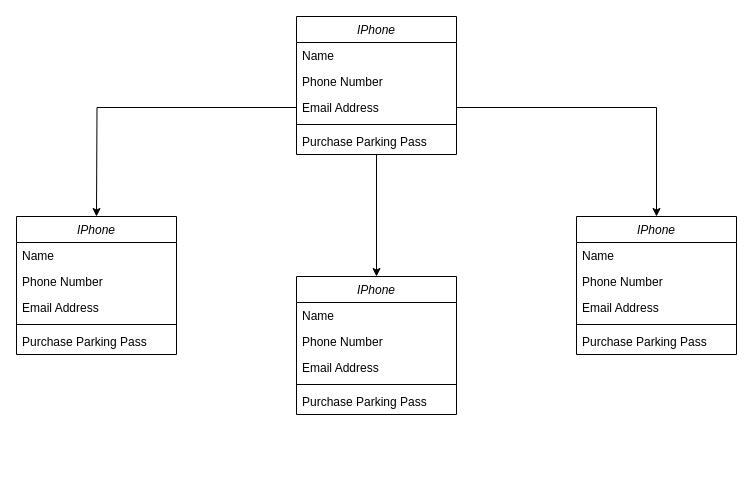
The draw.io diagram Untitled Diagram.drawio in Ramonmelod/iphone-POO, before the edit. Source tidied: cells renumbered, new cells numbered last; positions are measured from the earlier drawing's top-left corner, leaving out a move shared by most shapes. Both pictures are drawn from the tidied source at 100%, with x=0, y=0 at pixel (16, 16).
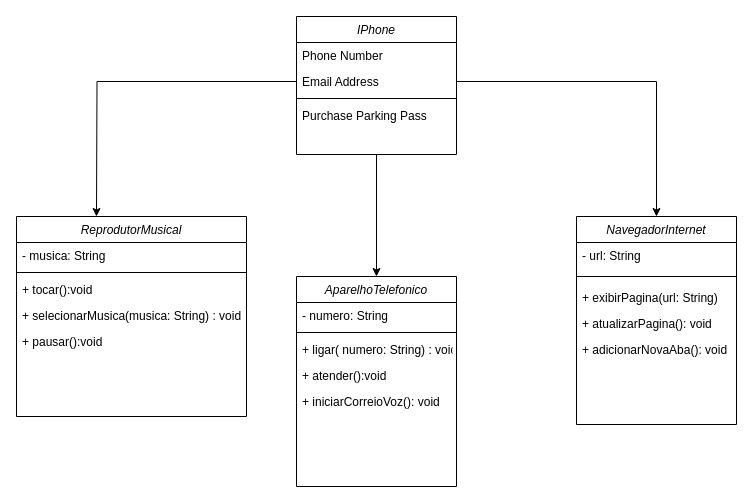
The same page after the edit.

Commit message:
Docs: implementation of the access modifiers

Unchanged cells that the change refers to:
```xml
<mxCell id="3" value="IPhone" style="swimlane;fontStyle=2;align=center;verticalAlign=top;horizontal=1;startSize=26;rounded=0;shadow=0;strokeWidth=1;" parent="1" vertex="1">
  <mxGeometry x="280" width="160" height="138" as="geometry" />
</mxCell>
```

Change to the diagram source:
```diff
@@
-    <mxCell id="4" value="Name" style="text;align=left;verticalAlign=top;spacingLeft=4;spacingRight=4;overflow=hidden;" parent="3" vertex="1">
-      <mxGeometry y="26" width="160" height="26" as="geometry" />
-    </mxCell>
     <mxCell id="5" value="Phone Number" style="text;align=left;verticalAlign=top;spacingLeft=4;spacingRight=4;overflow=hidden;rounded=0;shadow=0;html=0;" parent="3" vertex="1">
-      <mxGeometry y="52" width="160" height="26" as="geometry" />
+      <mxGeometry y="26" width="160" height="26" as="geometry" />
     </mxCell>
     <mxCell id="6" value="Email Address" style="text;align=left;verticalAlign=top;spacingLeft=4;spacingRight=4;overflow=hidden;points=[[0,0.5],[1,0.5]];portConstraint=eastwest;rounded=0;shadow=0;html=0;" parent="3" vertex="1">
-      <mxGeometry y="78" width="160" height="26" as="geometry" />
+      <mxGeometry y="52" width="160" height="26" as="geometry" />
     </mxCell>
     <mxCell id="7" style="line;html=1;strokeWidth=1;align=left;verticalAlign=middle;spacingTop=-1;spacingLeft=3;spacingRight=3;labelPosition=right;" parent="3" vertex="1">
-      <mxGeometry y="104" width="160" height="8" as="geometry" />
+      <mxGeometry y="78" width="160" height="8" as="geometry" />
     </mxCell>
     <mxCell id="8" value="Purchase Parking Pass" style="text;align=left;verticalAlign=top;spacingLeft=4;spacingRight=4;overflow=hidden;" parent="3" vertex="1">
-      <mxGeometry y="112" width="160" height="26" as="geometry" />
+      <mxGeometry y="86" width="160" height="26" as="geometry" />
     </mxCell>
@@
-    <mxCell id="11" value="IPhone" style="swimlane;fontStyle=2;align=center;verticalAlign=top;horizontal=1;startSize=26;rounded=0;shadow=0;strokeWidth=1;" parent="1" vertex="1">
-      <mxGeometry x="280" y="260" width="160" height="138" as="geometry" />
+    <mxCell id="11" value="AparelhoTelefonico" style="swimlane;fontStyle=2;align=center;verticalAlign=top;horizontal=1;startSize=26;rounded=0;shadow=0;strokeWidth=1;" parent="1" vertex="1">
+      <mxGeometry x="280" y="260" width="160" height="210" as="geometry" />
     </mxCell>
-    <mxCell id="12" value="Name" style="text;align=left;verticalAlign=top;spacingLeft=4;spacingRight=4;overflow=hidden;" parent="11" vertex="1">
+    <mxCell id="12" value="- numero: String" style="text;align=left;verticalAlign=top;spacingLeft=4;spacingRight=4;overflow=hidden;" parent="11" vertex="1">
       <mxGeometry y="26" width="160" height="26" as="geometry" />
     </mxCell>
-    <mxCell id="13" value="Phone Number" style="text;align=left;verticalAlign=top;spacingLeft=4;spacingRight=4;overflow=hidden;rounded=0;shadow=0;html=0;" parent="11" vertex="1">
-      <mxGeometry y="52" width="160" height="26" as="geometry" />
-    </mxCell>
-    <mxCell id="14" value="Email Address" style="text;align=left;verticalAlign=top;spacingLeft=4;spacingRight=4;overflow=hidden;rounded=0;shadow=0;html=0;" parent="11" vertex="1">
-      <mxGeometry y="78" width="160" height="26" as="geometry" />
-    </mxCell>
     <mxCell id="15" style="line;html=1;strokeWidth=1;align=left;verticalAlign=middle;spacingTop=-1;spacingLeft=3;spacingRight=3;labelPosition=right;" parent="11" vertex="1">
-      <mxGeometry y="104" width="160" height="8" as="geometry" />
+      <mxGeometry y="52" width="160" height="8" as="geometry" />
     </mxCell>
-    <mxCell id="16" value="Purchase Parking Pass" style="text;align=left;verticalAlign=top;spacingLeft=4;spacingRight=4;overflow=hidden;" parent="11" vertex="1">
-      <mxGeometry y="112" width="160" height="26" as="geometry" />
-    </mxCell>
+    <mxCell id="29" value="+ ligar( numero: String) : void" style="text;align=left;verticalAlign=top;spacingLeft=4;spacingRight=4;overflow=hidden;" parent="11" vertex="1">
+      <mxGeometry y="60" width="160" height="26" as="geometry" />
+    </mxCell>
+    <mxCell id="30" value="+ atender():void" style="text;align=left;verticalAlign=top;spacingLeft=4;spacingRight=4;overflow=hidden;rounded=0;shadow=0;html=0;" parent="11" vertex="1">
+      <mxGeometry y="86" width="160" height="26" as="geometry" />
+    </mxCell>
+    <mxCell id="31" value="+ iniciarCorreioVoz(): void" style="text;align=left;verticalAlign=top;spacingLeft=4;spacingRight=4;overflow=hidden;rounded=0;shadow=0;html=0;" parent="11" vertex="1">
+      <mxGeometry y="112" width="160" height="26" as="geometry" />
+    </mxCell>
-    <mxCell id="17" value="IPhone" style="swimlane;fontStyle=2;align=center;verticalAlign=top;horizontal=1;startSize=26;rounded=0;shadow=0;strokeWidth=1;" parent="1" vertex="1">
-      <mxGeometry x="560" y="200" width="160" height="138" as="geometry" />
+    <mxCell id="17" value="NavegadorInternet" style="swimlane;fontStyle=2;align=center;verticalAlign=top;horizontal=1;startSize=26;rounded=0;shadow=0;strokeWidth=1;" parent="1" vertex="1">
+      <mxGeometry x="560" y="200" width="160" height="208" as="geometry" />
     </mxCell>
-    <mxCell id="18" value="Name" style="text;align=left;verticalAlign=top;spacingLeft=4;spacingRight=4;overflow=hidden;" parent="17" vertex="1">
+    <mxCell id="18" value="- url: String" style="text;align=left;verticalAlign=top;spacingLeft=4;spacingRight=4;overflow=hidden;" parent="17" vertex="1">
       <mxGeometry y="26" width="160" height="26" as="geometry" />
     </mxCell>
-    <mxCell id="19" value="Phone Number" style="text;align=left;verticalAlign=top;spacingLeft=4;spacingRight=4;overflow=hidden;rounded=0;shadow=0;html=0;" parent="17" vertex="1">
-      <mxGeometry y="52" width="160" height="26" as="geometry" />
-    </mxCell>
-    <mxCell id="20" value="Email Address" style="text;align=left;verticalAlign=top;spacingLeft=4;spacingRight=4;overflow=hidden;rounded=0;shadow=0;html=0;" parent="17" vertex="1">
-      <mxGeometry y="78" width="160" height="26" as="geometry" />
-    </mxCell>
     <mxCell id="21" style="line;html=1;strokeWidth=1;align=left;verticalAlign=middle;spacingTop=-1;spacingLeft=3;spacingRight=3;labelPosition=right;" parent="17" vertex="1">
-      <mxGeometry y="104" width="160" height="8" as="geometry" />
+      <mxGeometry y="52" width="160" height="16" as="geometry" />
     </mxCell>
-    <mxCell id="22" value="Purchase Parking Pass" style="text;align=left;verticalAlign=top;spacingLeft=4;spacingRight=4;overflow=hidden;" parent="17" vertex="1">
-      <mxGeometry y="112" width="160" height="26" as="geometry" />
-    </mxCell>
+    <mxCell id="32" value="+ exibirPagina(url: String)" style="text;align=left;verticalAlign=top;spacingLeft=4;spacingRight=4;overflow=hidden;" parent="17" vertex="1">
+      <mxGeometry y="68" width="160" height="26" as="geometry" />
+    </mxCell>
+    <mxCell id="33" value="+ atualizarPagina(): void" style="text;align=left;verticalAlign=top;spacingLeft=4;spacingRight=4;overflow=hidden;rounded=0;shadow=0;html=0;" parent="17" vertex="1">
+      <mxGeometry y="94" width="160" height="26" as="geometry" />
+    </mxCell>
+    <mxCell id="34" value="+ adicionarNovaAba(): void" style="text;align=left;verticalAlign=top;spacingLeft=4;spacingRight=4;overflow=hidden;rounded=0;shadow=0;html=0;" parent="17" vertex="1">
+      <mxGeometry y="120" width="160" height="26" as="geometry" />
+    </mxCell>
-    <mxCell id="23" value="IPhone" style="swimlane;fontStyle=2;align=center;verticalAlign=top;horizontal=1;startSize=26;rounded=0;shadow=0;strokeWidth=1;" parent="1" vertex="1">
-      <mxGeometry y="200" width="160" height="138" as="geometry" />
+    <mxCell id="23" value="ReprodutorMusical" style="swimlane;fontStyle=2;align=center;verticalAlign=top;horizontal=1;startSize=26;rounded=0;shadow=0;strokeWidth=1;" parent="1" vertex="1">
+      <mxGeometry y="200" width="230" height="200" as="geometry" />
     </mxCell>
-    <mxCell id="24" value="Name" style="text;align=left;verticalAlign=top;spacingLeft=4;spacingRight=4;overflow=hidden;" parent="23" vertex="1">
-      <mxGeometry y="26" width="160" height="26" as="geometry" />
+    <mxCell id="24" value="- musica: String" style="text;align=left;verticalAlign=top;spacingLeft=4;spacingRight=4;overflow=hidden;" parent="23" vertex="1">
+      <mxGeometry y="26" width="230" height="26" as="geometry" />
     </mxCell>
-    <mxCell id="25" value="Phone Number" style="text;align=left;verticalAlign=top;spacingLeft=4;spacingRight=4;overflow=hidden;rounded=0;shadow=0;html=0;" parent="23" vertex="1">
-      <mxGeometry y="52" width="160" height="26" as="geometry" />
-    </mxCell>
-    <mxCell id="26" value="Email Address" style="text;align=left;verticalAlign=top;spacingLeft=4;spacingRight=4;overflow=hidden;rounded=0;shadow=0;html=0;" parent="23" vertex="1">
-      <mxGeometry y="78" width="160" height="26" as="geometry" />
-    </mxCell>
     <mxCell id="27" style="line;html=1;strokeWidth=1;align=left;verticalAlign=middle;spacingTop=-1;spacingLeft=3;spacingRight=3;labelPosition=right;" parent="23" vertex="1">
-      <mxGeometry y="104" width="160" height="8" as="geometry" />
+      <mxGeometry y="52" width="230" height="8" as="geometry" />
     </mxCell>
-    <mxCell id="28" value="Purchase Parking Pass" style="text;align=left;verticalAlign=top;spacingLeft=4;spacingRight=4;overflow=hidden;" parent="23" vertex="1">
-      <mxGeometry y="112" width="160" height="26" as="geometry" />
-    </mxCell>
+    <mxCell id="35" value="+ tocar():void" style="text;align=left;verticalAlign=top;spacingLeft=4;spacingRight=4;overflow=hidden;" parent="23" vertex="1">
+      <mxGeometry y="60" width="230" height="26" as="geometry" />
+    </mxCell>
+    <mxCell id="36" value="+ selecionarMusica(musica: String) : void" style="text;align=left;verticalAlign=top;spacingLeft=4;spacingRight=4;overflow=hidden;rounded=0;shadow=0;html=0;" parent="23" vertex="1">
+      <mxGeometry y="86" width="230" height="26" as="geometry" />
+    </mxCell>
+    <mxCell id="37" value="+ pausar():void" style="text;align=left;verticalAlign=top;spacingLeft=4;spacingRight=4;overflow=hidden;rounded=0;shadow=0;html=0;" parent="23" vertex="1">
+      <mxGeometry y="112" width="230" height="26" as="geometry" />
+    </mxCell>
```
